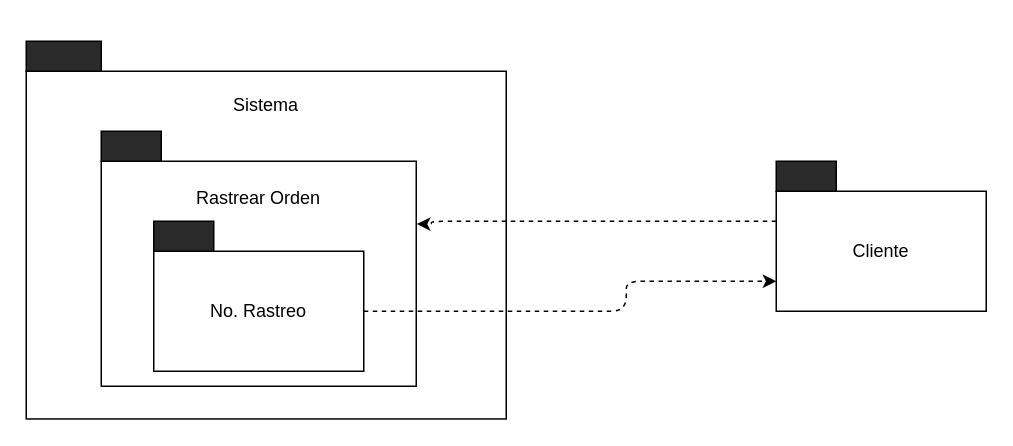
This is POOA/Tarea9.drawio from alexxrico/Universidad, a draw.io file, before an edit. Source tidied: cells renumbered, new cells numbered last; positions are measured from the earlier drawing's top-left corner, leaving out a move shared by most shapes. Both pictures are drawn from the tidied source at 150%, with x=0, y=0 at pixel (26, 26).
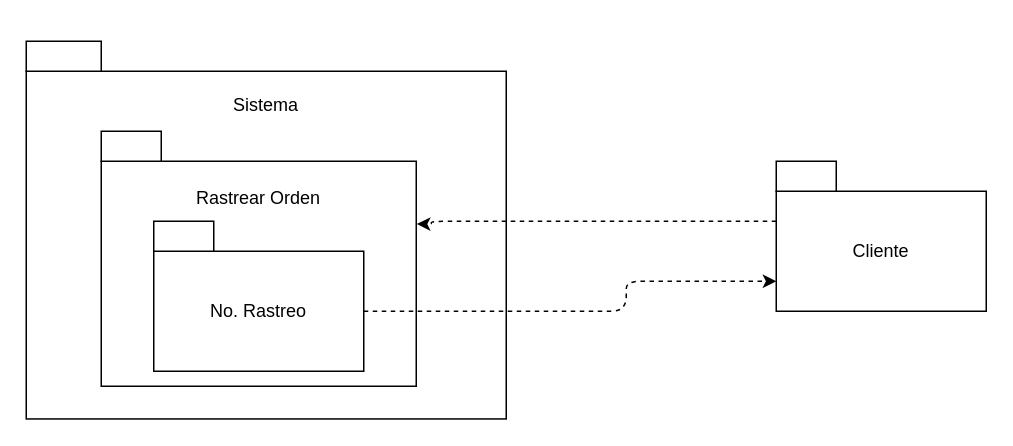
The same page after the edit.

Change to the diagram source:
```diff
@@
 <mxGraphModel>
   <root>
     <mxCell id="0" />
     <mxCell id="1" parent="0" />
     <mxCell id="2" style="group;" parent="1" vertex="1">
       <mxGeometry x="50" y="70" width="270" height="191.8" as="geometry" />
     </mxCell>
     <mxCell id="3" style="group;verticalAlign=top;" parent="2" vertex="1">
       <mxGeometry x="-50" y="-70" width="320" height="261.8" as="geometry" />
     </mxCell>
     <mxCell id="4" value="Sistema&lt;br&gt;&lt;br&gt;&lt;br&gt;&lt;br&gt;&lt;br&gt;&lt;br&gt;&lt;br&gt;&lt;br&gt;&lt;br&gt;&lt;br&gt;&lt;br&gt;&lt;br&gt;&lt;br&gt;&lt;br&gt;" style="rounded=0;whiteSpace=wrap;html=1;" parent="3" vertex="1">
       <mxGeometry y="30" width="320" height="231.8" as="geometry" />
     </mxCell>
-    <mxCell id="5" style="rounded=0;whiteSpace=wrap;html=1;fillColor=#2a2a2a;" parent="3" vertex="1">
+    <mxCell id="5" style="rounded=0;whiteSpace=wrap;html=1;" parent="3" vertex="1">
       <mxGeometry y="10" width="50" height="20" as="geometry" />
     </mxCell>
     <mxCell id="6" value="Rastrear Orden&lt;br&gt;&lt;br&gt;&lt;br&gt;&lt;br&gt;&lt;br&gt;&lt;br&gt;&lt;br&gt;&lt;br&gt;" style="rounded=0;whiteSpace=wrap;html=1;align=center;" parent="2" vertex="1">
       <mxGeometry y="20" width="210" height="150" as="geometry" />
     </mxCell>
-    <mxCell id="7" style="rounded=0;whiteSpace=wrap;html=1;fillColor=#2a2a2a;" parent="2" vertex="1">
+    <mxCell id="7" style="rounded=0;whiteSpace=wrap;html=1;" parent="2" vertex="1">
       <mxGeometry width="40" height="20" as="geometry" />
     </mxCell>
     <mxCell id="8" style="group;verticalAlign=top;" parent="2" vertex="1">
       <mxGeometry x="35" y="60" width="140" height="100" as="geometry" />
     </mxCell>
     <mxCell id="9" value="No. Rastreo" style="rounded=0;whiteSpace=wrap;html=1;" parent="8" vertex="1">
       <mxGeometry y="20" width="140" height="80" as="geometry" />
     </mxCell>
-    <mxCell id="10" style="rounded=0;whiteSpace=wrap;html=1;fillColor=#2a2a2a;" parent="8" vertex="1">
+    <mxCell id="10" style="rounded=0;whiteSpace=wrap;html=1;" parent="8" vertex="1">
       <mxGeometry width="40" height="20" as="geometry" />
     </mxCell>
     <mxCell id="11" style="group;verticalAlign=top;" parent="1" vertex="1">
       <mxGeometry x="500" y="90" width="140" height="100" as="geometry" />
     </mxCell>
     <mxCell id="12" value="Cliente" style="rounded=0;whiteSpace=wrap;html=1;" parent="11" vertex="1">
       <mxGeometry y="20" width="140" height="80" as="geometry" />
     </mxCell>
-    <mxCell id="13" style="rounded=0;whiteSpace=wrap;html=1;fillColor=#2a2a2a;" parent="11" vertex="1">
+    <mxCell id="13" style="rounded=0;whiteSpace=wrap;html=1;" parent="11" vertex="1">
       <mxGeometry width="40" height="20" as="geometry" />
     </mxCell>
     <mxCell id="14" style="edgeStyle=orthogonalEdgeStyle;rounded=1;jettySize=auto;html=1;exitX=1;exitY=0.5;exitDx=0;exitDy=0;entryX=0;entryY=0.75;entryDx=0;entryDy=0;dashed=1;" parent="1" edge="1" source="9" target="12">
       <mxGeometry relative="1" as="geometry">
         <Array as="points">
           <mxPoint x="400" y="190" />
           <mxPoint x="400" y="170" />
         </Array>
       </mxGeometry>
     </mxCell>
     <mxCell id="15" style="edgeStyle=orthogonalEdgeStyle;rounded=1;jettySize=auto;html=1;exitX=0;exitY=0.25;exitDx=0;exitDy=0;entryX=1.002;entryY=0.279;entryDx=0;entryDy=0;dashed=1;entryPerimeter=0;" parent="1" edge="1" source="12" target="6">
       <mxGeometry relative="1" as="geometry">
         <Array as="points">
           <mxPoint x="270" y="130" />
           <mxPoint x="270" y="132" />
         </Array>
       </mxGeometry>
     </mxCell>
   </root>
 </mxGraphModel>
```
